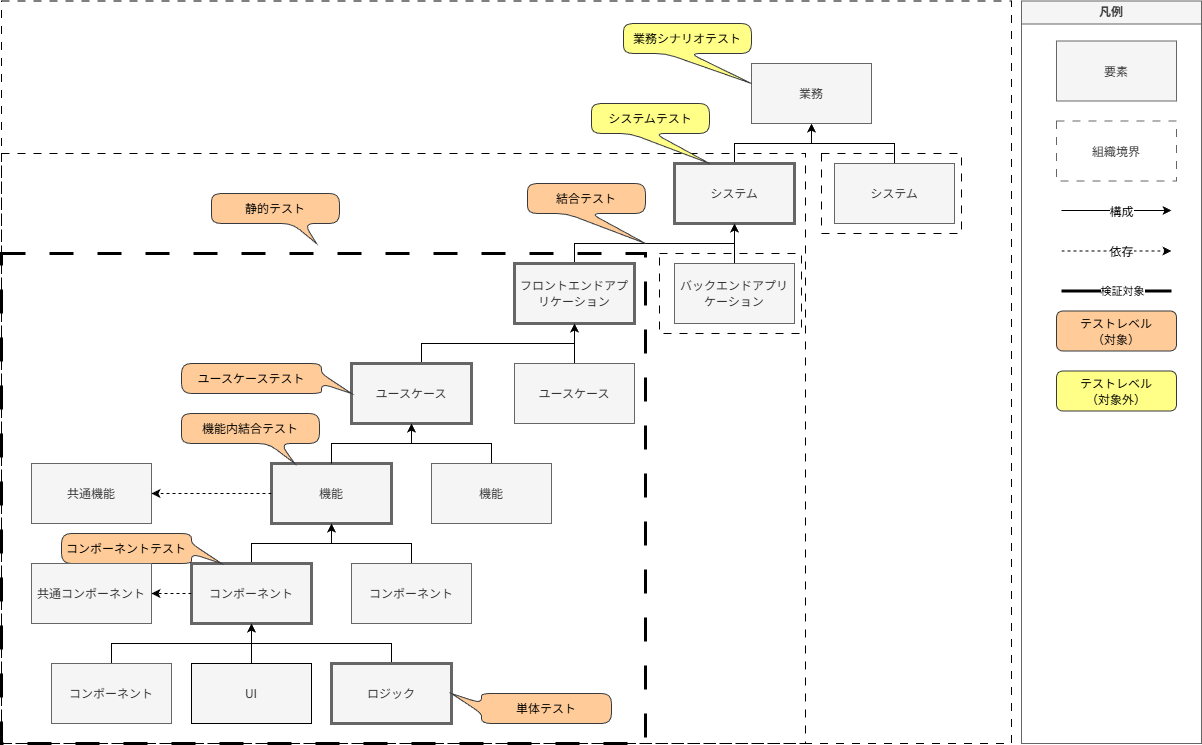
This is documents/contents/images/app-architecture/client-side-rendering/test-structure-overview-light.png from AlesInfiny/maris, a draw.io export, as it was before one commit. Source tidied: cells renumbered, new cells last; positions are measured from the earlier drawing's top-left corner, leaving out a move shared by most shapes.
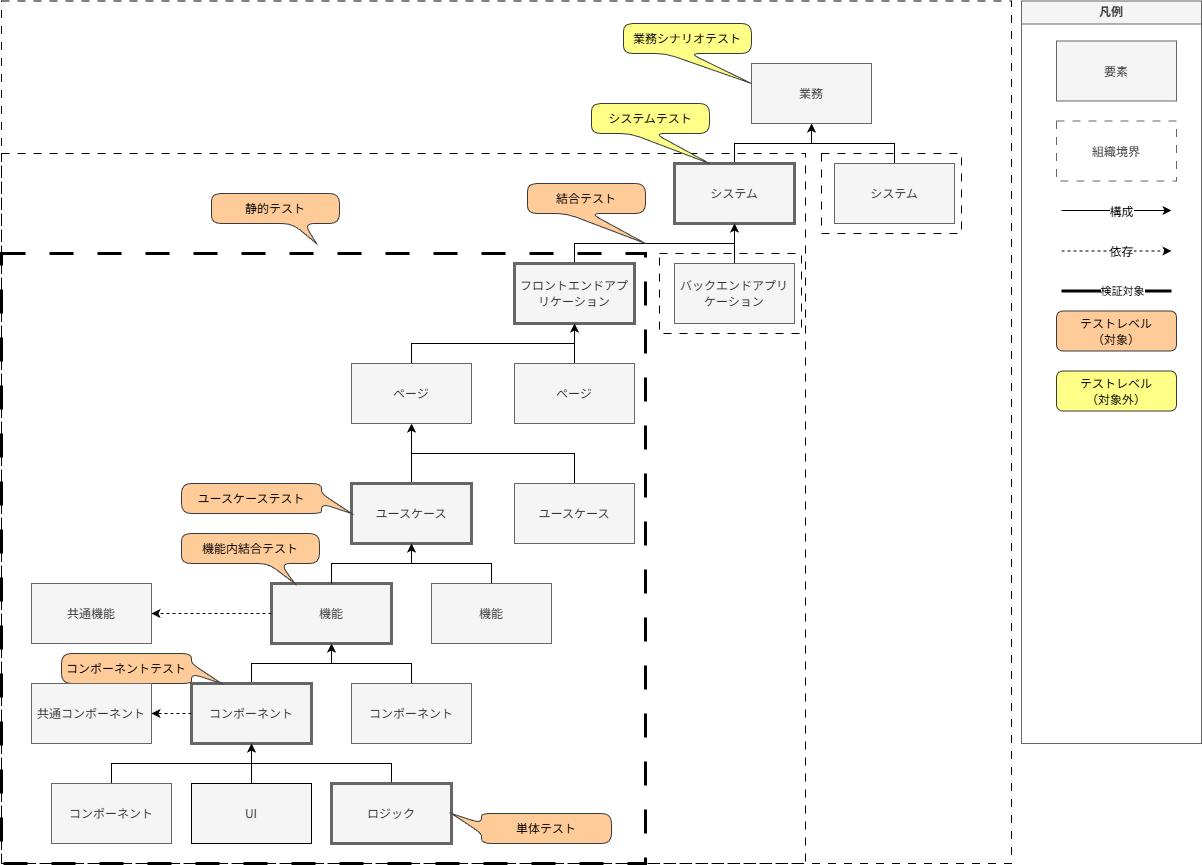
Later version of the same file.

What changed in the source:
```diff
@@ -2,15 +2,15 @@
   <root>
     <mxCell id="0" />
     <mxCell id="1" parent="0" />
-    <mxCell id="2" style="rounded=0;whiteSpace=wrap;html=1;dashed=1;dashPattern=8 8;fontFamily=Noto Sans JP;fillColor=none;strokeWidth=3;" parent="1" vertex="1">
-      <mxGeometry y="252" width="644" height="490" as="geometry" />
-    </mxCell>
     <mxCell id="3" style="rounded=0;whiteSpace=wrap;html=1;dashed=1;dashPattern=8 8;fontFamily=Noto Sans JP;fillColor=none;" parent="1" vertex="1">
-      <mxGeometry y="-0.5" width="1010" height="742.5" as="geometry" />
+      <mxGeometry y="-0.5" width="1010" height="862.5" as="geometry" />
     </mxCell>
     <mxCell id="4" style="rounded=0;whiteSpace=wrap;html=1;dashed=1;dashPattern=8 8;fontFamily=Noto Sans JP;fillColor=none;" parent="1" vertex="1">
-      <mxGeometry y="152" width="804" height="590" as="geometry" />
+      <mxGeometry y="152" width="804" height="710" as="geometry" />
     </mxCell>
+    <mxCell id="2" style="rounded=0;whiteSpace=wrap;html=1;dashed=1;dashPattern=8 8;fontFamily=Noto Sans JP;fillColor=none;strokeWidth=3;" parent="1" vertex="1">
+      <mxGeometry y="252" width="644" height="610" as="geometry" />
+    </mxCell>
     <mxCell id="5" style="rounded=0;whiteSpace=wrap;html=1;dashed=1;dashPattern=8 8;fontFamily=Noto Sans JP;fillColor=none;" parent="1" vertex="1">
       <mxGeometry x="658" y="252" width="142" height="80" as="geometry" />
     </mxCell>
@@ -48,23 +48,22 @@
     <mxCell id="14" value="&lt;font face=&quot;Noto Sans JP&quot;&gt;フロントエンドアプリケーション&lt;/font&gt;" style="rounded=0;whiteSpace=wrap;html=1;fillColor=#f5f5f5;fontColor=#333333;strokeColor=#666666;strokeWidth=3;" parent="1" vertex="1">
       <mxGeometry x="513" y="262" width="120" height="60" as="geometry" />
     </mxCell>
-    <mxCell id="15" style="edgeStyle=orthogonalEdgeStyle;rounded=0;jettySize=auto;html=1;exitX=0.5;exitY=0;exitDx=0;exitDy=0;" parent="1" edge="1" source="16">
-      <mxGeometry relative="1" as="geometry">
-        <mxPoint x="573" y="322" as="targetPoint" />
-        <Array as="points">
-          <mxPoint x="420" y="342" />
-          <mxPoint x="573" y="342" />
-        </Array>
-      </mxGeometry>
-    </mxCell>
+    <mxCell id="57" style="edgeStyle=orthogonalEdgeStyle;rounded=0;jettySize=auto;html=1;" parent="1" edge="1" source="16" target="62">
+      <mxGeometry relative="1" as="geometry" />
+    </mxCell>
     <mxCell id="16" value="&lt;font face=&quot;Noto Sans JP&quot;&gt;ユースケース&lt;/font&gt;" style="rounded=0;whiteSpace=wrap;html=1;fillColor=#f5f5f5;strokeColor=#666666;strokeWidth=3;fontColor=#333333;" parent="1" vertex="1">
-      <mxGeometry x="350" y="362" width="120" height="60" as="geometry" />
+      <mxGeometry x="350" y="482" width="120" height="60" as="geometry" />
     </mxCell>
-    <mxCell id="17" style="edgeStyle=orthogonalEdgeStyle;rounded=0;jettySize=auto;html=1;entryX=0.5;entryY=1;entryDx=0;entryDy=0;" parent="1" edge="1" source="18" target="14">
-      <mxGeometry relative="1" as="geometry" />
-    </mxCell>
+    <mxCell id="58" style="edgeStyle=orthogonalEdgeStyle;rounded=0;jettySize=auto;html=1;entryX=0.5;entryY=1;entryDx=0;entryDy=0;" parent="1" edge="1" source="18" target="62">
+      <mxGeometry relative="1" as="geometry">
+        <Array as="points">
+          <mxPoint x="573" y="452" />
+          <mxPoint x="410" y="452" />
+        </Array>
+      </mxGeometry>
+    </mxCell>
     <mxCell id="18" value="&lt;font face=&quot;Noto Sans JP&quot;&gt;ユースケース&lt;/font&gt;" style="rounded=0;whiteSpace=wrap;html=1;fillColor=#f5f5f5;fontColor=#333333;strokeColor=#666666;" parent="1" vertex="1">
-      <mxGeometry x="513" y="362" width="120" height="60" as="geometry" />
+      <mxGeometry x="513" y="482" width="120" height="60" as="geometry" />
     </mxCell>
     <mxCell id="19" value="&lt;font face=&quot;Noto Sans JP&quot;&gt;業務&lt;/font&gt;" style="rounded=0;whiteSpace=wrap;html=1;fillColor=#f5f5f5;fontColor=#333333;strokeColor=#666666;" parent="1" vertex="1">
       <mxGeometry x="750" y="62" width="120" height="60" as="geometry" />
@@ -115,36 +114,36 @@
       <mxGeometry relative="1" as="geometry" />
     </mxCell>
     <mxCell id="32" value="&lt;font face=&quot;Noto Sans JP&quot;&gt;機能&lt;/font&gt;" style="rounded=0;whiteSpace=wrap;html=1;fillColor=#f5f5f5;strokeColor=#666666;strokeWidth=1;fontColor=#333333;" parent="1" vertex="1">
-      <mxGeometry x="430" y="462" width="120" height="60" as="geometry" />
+      <mxGeometry x="430" y="582" width="120" height="60" as="geometry" />
     </mxCell>
     <mxCell id="33" value="&lt;font face=&quot;Noto Sans JP&quot;&gt;機能&lt;/font&gt;" style="rounded=0;whiteSpace=wrap;html=1;fillColor=#f5f5f5;strokeColor=#666666;strokeWidth=3;fontColor=#333333;" parent="1" vertex="1">
-      <mxGeometry x="270" y="462" width="120" height="60" as="geometry" />
+      <mxGeometry x="270" y="582" width="120" height="60" as="geometry" />
     </mxCell>
     <mxCell id="34" value="&lt;font face=&quot;Noto Sans JP&quot;&gt;共通機能&lt;/font&gt;" style="rounded=0;whiteSpace=wrap;html=1;fillColor=#f5f5f5;strokeColor=#666666;strokeWidth=1;fontColor=#333333;" parent="1" vertex="1">
-      <mxGeometry x="30" y="462" width="120" height="60" as="geometry" />
+      <mxGeometry x="30" y="582" width="120" height="60" as="geometry" />
     </mxCell>
     <mxCell id="35" style="edgeStyle=orthogonalEdgeStyle;rounded=0;jettySize=auto;html=1;entryX=0.5;entryY=1;entryDx=0;entryDy=0;strokeWidth=1;" parent="1" edge="1" source="36" target="33">
       <mxGeometry relative="1" as="geometry" />
     </mxCell>
     <mxCell id="36" value="&lt;font face=&quot;Noto Sans JP&quot;&gt;コンポーネント&lt;/font&gt;" style="rounded=0;whiteSpace=wrap;html=1;fillColor=#f5f5f5;strokeColor=#666666;strokeWidth=3;fontColor=#333333;" parent="1" vertex="1">
-      <mxGeometry x="190" y="562" width="120" height="60" as="geometry" />
+      <mxGeometry x="190" y="682" width="120" height="60" as="geometry" />
     </mxCell>
     <mxCell id="37" style="edgeStyle=orthogonalEdgeStyle;rounded=0;jettySize=auto;html=1;entryX=0.5;entryY=1;entryDx=0;entryDy=0;strokeWidth=1;" parent="1" edge="1" source="38" target="33">
       <mxGeometry relative="1" as="geometry" />
     </mxCell>
     <mxCell id="38" value="&lt;font face=&quot;Noto Sans JP&quot;&gt;コンポーネント&lt;/font&gt;" style="rounded=0;whiteSpace=wrap;html=1;fillColor=#f5f5f5;strokeColor=#666666;strokeWidth=1;fontColor=#333333;" parent="1" vertex="1">
-      <mxGeometry x="350" y="562" width="120" height="60" as="geometry" />
+      <mxGeometry x="350" y="682" width="120" height="60" as="geometry" />
     </mxCell>
     <mxCell id="39" style="edgeStyle=orthogonalEdgeStyle;rounded=0;jettySize=auto;html=1;entryX=0.5;entryY=1;entryDx=0;entryDy=0;" parent="1" edge="1" source="40" target="36">
       <mxGeometry relative="1" as="geometry">
         <Array as="points">
-          <mxPoint x="390" y="642" />
-          <mxPoint x="250" y="642" />
+          <mxPoint x="390" y="762" />
+          <mxPoint x="250" y="762" />
         </Array>
       </mxGeometry>
     </mxCell>
     <mxCell id="40" value="&lt;font face=&quot;Noto Sans JP&quot;&gt;ロジック&lt;/font&gt;" style="rounded=0;whiteSpace=wrap;html=1;fillColor=#f5f5f5;strokeColor=#666666;strokeWidth=3;fontColor=#333333;" parent="1" vertex="1">
-      <mxGeometry x="330" y="662" width="120" height="60" as="geometry" />
+      <mxGeometry x="330" y="782" width="120" height="60" as="geometry" />
     </mxCell>
     <mxCell id="41" style="edgeStyle=orthogonalEdgeStyle;rounded=0;jettySize=auto;html=1;entryX=0.5;entryY=1;entryDx=0;entryDy=0;strokeWidth=1;" parent="1" edge="1" source="33" target="16">
       <mxGeometry relative="1" as="geometry" />
@@ -156,24 +155,24 @@
       <mxGeometry relative="1" as="geometry" />
     </mxCell>
     <mxCell id="44" value="&lt;font face=&quot;Noto Sans JP&quot;&gt;UI&lt;/font&gt;" style="rounded=0;whiteSpace=wrap;html=1;fillColor=#f5f5f5;strokeColor=default;strokeWidth=1;fontColor=#333333;" parent="1" vertex="1">
-      <mxGeometry x="190" y="662" width="120" height="60" as="geometry" />
+      <mxGeometry x="190" y="782" width="120" height="60" as="geometry" />
     </mxCell>
     <mxCell id="45" style="edgeStyle=orthogonalEdgeStyle;rounded=0;jettySize=auto;html=1;entryX=0.5;entryY=1;entryDx=0;entryDy=0;" parent="1" edge="1" source="46" target="36">
       <mxGeometry relative="1" as="geometry">
         <Array as="points">
-          <mxPoint x="110" y="642" />
-          <mxPoint x="250" y="642" />
+          <mxPoint x="110" y="762" />
+          <mxPoint x="250" y="762" />
         </Array>
       </mxGeometry>
     </mxCell>
     <mxCell id="46" value="&lt;font face=&quot;Noto Sans JP&quot;&gt;コンポーネント&lt;/font&gt;" style="rounded=0;whiteSpace=wrap;html=1;fillColor=#f5f5f5;strokeColor=#666666;strokeWidth=1;fontColor=#333333;" parent="1" vertex="1">
-      <mxGeometry x="50" y="662" width="120" height="60" as="geometry" />
+      <mxGeometry x="50" y="782" width="120" height="60" as="geometry" />
     </mxCell>
     <mxCell id="47" value="単体テスト" style="shape=callout;whiteSpace=wrap;html=1;perimeter=calloutPerimeter;fillColor=#ffcc99;strokeColor=#36393d;fontFamily=Noto Sans JP;position2=0;size=30;position=0.33;base=10;direction=south;rounded=1;" parent="1" vertex="1">
-      <mxGeometry x="450" y="692" width="160" height="30" as="geometry" />
+      <mxGeometry x="450" y="812" width="160" height="30" as="geometry" />
     </mxCell>
     <mxCell id="48" value="ユースケーステスト" style="shape=callout;whiteSpace=wrap;html=1;perimeter=calloutPerimeter;fillColor=#ffcc99;strokeColor=#36393d;fontFamily=Noto Sans JP;position2=0;size=30;position=0.33;base=10;direction=north;rounded=1;" parent="1" vertex="1">
-      <mxGeometry x="180" y="362" width="170" height="30" as="geometry" />
+      <mxGeometry x="180" y="482" width="170" height="30" as="geometry" />
     </mxCell>
     <mxCell id="49" value="結合テスト" style="shape=callout;whiteSpace=wrap;html=1;perimeter=calloutPerimeter;fillColor=#ffcc99;strokeColor=#36393d;fontFamily=Noto Sans JP;position2=1;size=30;position=0.33;base=24;direction=east;rounded=1;" parent="1" vertex="1">
       <mxGeometry x="526" y="182" width="118" height="60" as="geometry" />
@@ -182,10 +181,10 @@
       <mxGeometry x="210" y="192" width="128" height="50" as="geometry" />
     </mxCell>
     <mxCell id="51" value="機能内結合テスト" style="shape=callout;whiteSpace=wrap;html=1;perimeter=calloutPerimeter;fillColor=#ffcc99;strokeColor=#36393d;fontFamily=Noto Sans JP;position2=0.82;base=12;size=20;position=0.63;rounded=1;" parent="1" vertex="1">
-      <mxGeometry x="180" y="412" width="138" height="50" as="geometry" />
+      <mxGeometry x="180" y="532" width="138" height="50" as="geometry" />
     </mxCell>
     <mxCell id="52" value="コンポーネントテスト" style="shape=callout;whiteSpace=wrap;html=1;perimeter=calloutPerimeter;fillColor=#ffcc99;strokeColor=#36393d;fontFamily=Noto Sans JP;position2=0;size=30;position=0.33;base=10;direction=north;rounded=1;" parent="1" vertex="1">
-      <mxGeometry x="60" y="532" width="160" height="30" as="geometry" />
+      <mxGeometry x="60" y="652" width="160" height="30" as="geometry" />
     </mxCell>
     <mxCell id="53" value="システムテスト" style="shape=callout;whiteSpace=wrap;html=1;perimeter=calloutPerimeter;fillColor=#ffff88;strokeColor=#36393d;fontFamily=Noto Sans JP;position2=1;size=30;position=0.33;base=24;direction=east;rounded=1;" parent="1" vertex="1">
       <mxGeometry x="590" y="102" width="118" height="60" as="geometry" />
@@ -194,10 +193,29 @@
       <mxGeometry x="622" y="22" width="128" height="60" as="geometry" />
     </mxCell>
     <mxCell id="55" value="&lt;font face=&quot;Noto Sans JP&quot;&gt;共通コンポーネント&lt;/font&gt;" style="rounded=0;whiteSpace=wrap;html=1;fillColor=#f5f5f5;strokeColor=#666666;strokeWidth=1;fontColor=#333333;" parent="1" vertex="1">
-      <mxGeometry x="30" y="562" width="120" height="60" as="geometry" />
+      <mxGeometry x="30" y="682" width="120" height="60" as="geometry" />
     </mxCell>
     <mxCell id="56" style="endArrow=classic;html=1;rounded=0;dashed=1;entryX=1;entryY=0.5;entryDx=0;entryDy=0;exitX=0;exitY=0.5;exitDx=0;exitDy=0;strokeWidth=1;" parent="1" edge="1" source="36" target="55">
       <mxGeometry relative="1" as="geometry" />
     </mxCell>
+    <mxCell id="59" style="edgeStyle=orthogonalEdgeStyle;rounded=0;jettySize=auto;html=1;" parent="1" edge="1" source="60">
+      <mxGeometry relative="1" as="geometry">
+        <mxPoint x="573" y="322" as="targetPoint" />
+      </mxGeometry>
+    </mxCell>
+    <mxCell id="60" value="&lt;font face=&quot;Noto Sans JP&quot;&gt;ページ&lt;/font&gt;" style="rounded=0;whiteSpace=wrap;html=1;fillColor=#f5f5f5;fontColor=#333333;strokeColor=#666666;strokeWidth=1;" parent="1" vertex="1">
+      <mxGeometry x="513" y="362" width="120" height="60" as="geometry" />
+    </mxCell>
+    <mxCell id="61" style="edgeStyle=orthogonalEdgeStyle;rounded=0;jettySize=auto;html=1;entryX=0.5;entryY=1;entryDx=0;entryDy=0;" parent="1" edge="1" source="62" target="14">
+      <mxGeometry relative="1" as="geometry">
+        <Array as="points">
+          <mxPoint x="410" y="342" />
+          <mxPoint x="573" y="342" />
+        </Array>
+      </mxGeometry>
+    </mxCell>
+    <mxCell id="62" value="&lt;font face=&quot;Noto Sans JP&quot;&gt;ページ&lt;/font&gt;" style="rounded=0;whiteSpace=wrap;html=1;fillColor=#f5f5f5;fontColor=#333333;strokeColor=#666666;strokeWidth=1;" parent="1" vertex="1">
+      <mxGeometry x="350" y="362" width="120" height="60" as="geometry" />
+    </mxCell>
   </root>
 </mxGraphModel>
```
